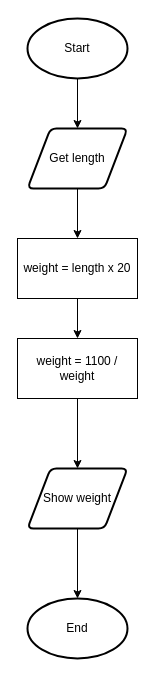
The draw.io diagram design/flowchart.drawio in michael-clermont1/ics4u-intro-06-typescript, before the edit. Source tidied: cells renumbered, new cells numbered last; positions are measured from the earlier drawing's top-left corner, leaving out a move shared by most shapes. Both pictures are drawn from the tidied source at 100%, with x=0, y=0 at pixel (17, 18).
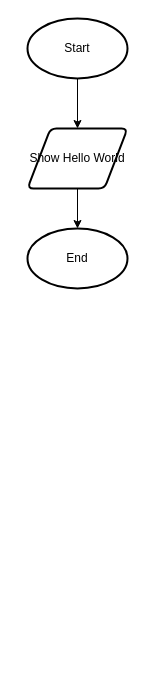
The same diagram, later.

What changed in the source:
```diff
@@
 <mxGraphModel>
   <root>
     <mxCell id="0" />
     <mxCell id="1" parent="0" />
-    <mxCell id="2" style="edgeStyle=none;html=1;entryX=0.5;entryY=0;entryDx=0;entryDy=0;" parent="1" edge="1" source="3" target="5">
-      <mxGeometry relative="1" as="geometry" />
-    </mxCell>
+    <mxCell id="10" style="edgeStyle=none;html=1;entryX=0.5;entryY=0;entryDx=0;entryDy=0;" parent="1" edge="1" source="3" target="11">
+      <mxGeometry relative="1" as="geometry" />
+    </mxCell>
     <mxCell id="3" value="Start" style="strokeWidth=2;html=1;shape=mxgraph.flowchart.start_1;whiteSpace=wrap;" parent="1" vertex="1">
       <mxGeometry x="10" width="100" height="60" as="geometry" />
     </mxCell>
-    <mxCell id="4" style="edgeStyle=none;html=1;entryX=0.5;entryY=0;entryDx=0;entryDy=0;" parent="1" edge="1" source="5" target="7">
-      <mxGeometry relative="1" as="geometry" />
-    </mxCell>
-    <mxCell id="5" value="Get length" style="shape=parallelogram;html=1;strokeWidth=2;perimeter=parallelogramPerimeter;whiteSpace=wrap;rounded=1;arcSize=12;size=0.23;" parent="1" vertex="1">
-      <mxGeometry x="10" y="110" width="100" height="60" as="geometry" />
-    </mxCell>
-    <mxCell id="6" style="edgeStyle=none;html=1;entryX=0.5;entryY=0;entryDx=0;entryDy=0;" parent="1" edge="1" source="7" target="9">
-      <mxGeometry relative="1" as="geometry" />
-    </mxCell>
-    <mxCell id="7" value="weight = length x 20" style="rounded=0;whiteSpace=wrap;html=1;" parent="1" vertex="1">
-      <mxGeometry y="220" width="120" height="60" as="geometry" />
-    </mxCell>
-    <mxCell id="8" style="edgeStyle=none;html=1;entryX=0.5;entryY=0;entryDx=0;entryDy=0;" parent="1" edge="1" source="9" target="11">
-      <mxGeometry relative="1" as="geometry" />
-    </mxCell>
-    <mxCell id="9" value="weight = 1100 / weight" style="rounded=0;whiteSpace=wrap;html=1;" parent="1" vertex="1">
-      <mxGeometry y="320" width="120" height="60" as="geometry" />
-    </mxCell>
-    <mxCell id="10" style="edgeStyle=none;html=1;entryX=0.5;entryY=0;entryDx=0;entryDy=0;entryPerimeter=0;" parent="1" edge="1" source="11" target="12">
-      <mxGeometry relative="1" as="geometry" />
-    </mxCell>
+    <mxCell id="13" style="edgeStyle=none;html=1;entryX=0.5;entryY=0;entryDx=0;entryDy=0;entryPerimeter=0;" parent="1" edge="1" source="11" target="12">
+      <mxGeometry relative="1" as="geometry" />
+    </mxCell>
-    <mxCell id="11" value="Show weight" style="shape=parallelogram;html=1;strokeWidth=2;perimeter=parallelogramPerimeter;whiteSpace=wrap;rounded=1;arcSize=12;size=0.23;" parent="1" vertex="1">
-      <mxGeometry x="10" y="450" width="100" height="60" as="geometry" />
+    <mxCell id="11" value="Show Hello World" style="shape=parallelogram;html=1;strokeWidth=2;perimeter=parallelogramPerimeter;whiteSpace=wrap;rounded=1;arcSize=12;size=0.23;" parent="1" vertex="1">
+      <mxGeometry x="10" y="110" width="100" height="60" as="geometry" />
     </mxCell>
     <mxCell id="12" value="End" style="strokeWidth=2;html=1;shape=mxgraph.flowchart.start_1;whiteSpace=wrap;" parent="1" vertex="1">
-      <mxGeometry x="10" y="580" width="100" height="60" as="geometry" />
+      <mxGeometry x="10" y="210" width="100" height="60" as="geometry" />
     </mxCell>
   </root>
 </mxGraphModel>
```
